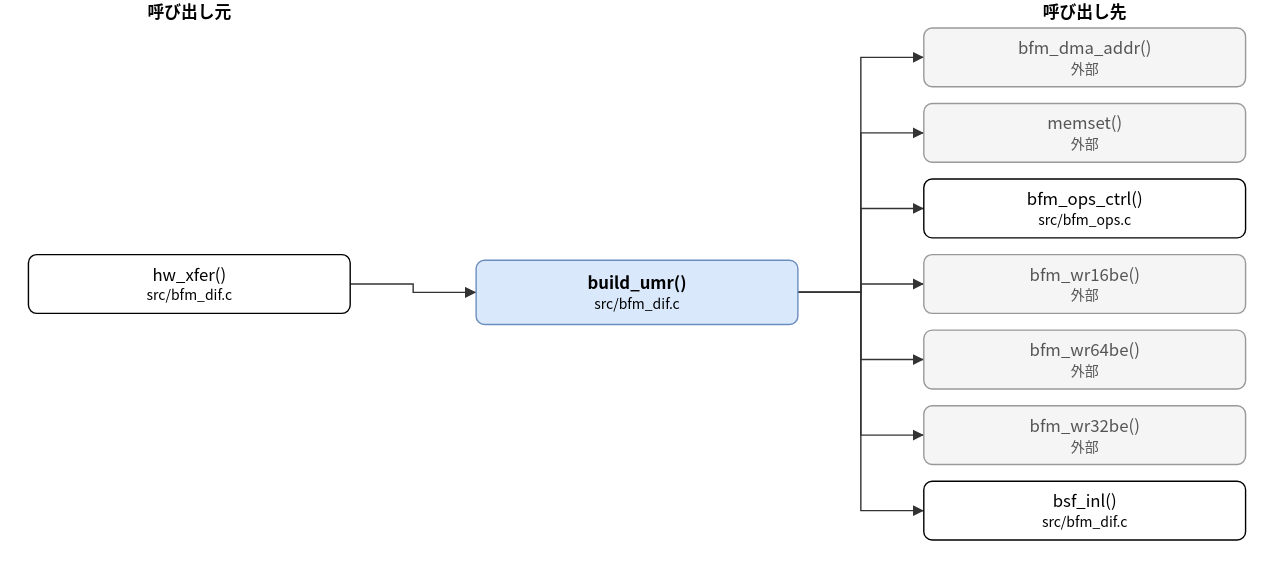
The draw.io diagram doc/spec/images/call_src_bfm_dif-build_umr.drawio.svg in hf355051012-ai/bfmem, before a commit. Source tidied: cells renumbered, new cells last; positions are measured from the earlier drawing's top-left corner, leaving out a move shared by most shapes.
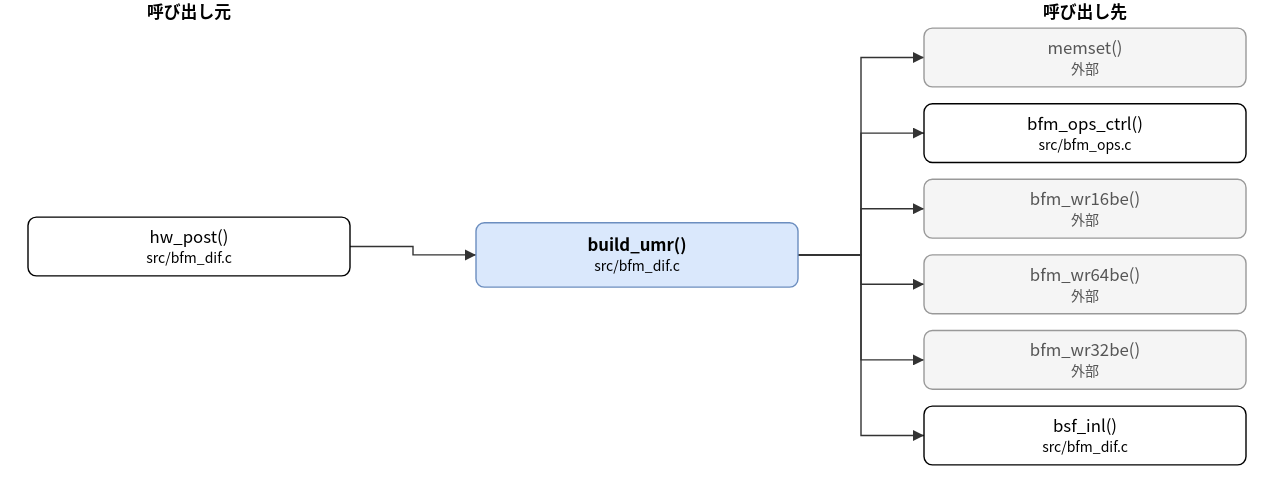
Above is the later version.

What changed in the source:
```diff
@@ -3,44 +3,41 @@
     <mxCell id="0" />
     <mxCell id="1" parent="0" />
     <mxCell id="2" value="build_umr()&lt;br&gt;&lt;font style=&quot;font-size:10px&quot;&gt;src/bfm_dif.c&lt;/font&gt;" style="rounded=1;whiteSpace=wrap;html=1;fillColor=#dae8fc;strokeColor=#6c8ebf;fontStyle=1;" parent="1" vertex="1">
-      <mxGeometry x="320" y="186" width="230" height="46" as="geometry" />
+      <mxGeometry x="320" y="159" width="230" height="46" as="geometry" />
     </mxCell>
-    <mxCell id="3" value="hw_xfer()&lt;br&gt;&lt;font style=&quot;font-size:10px&quot;&gt;src/bfm_dif.c&lt;/font&gt;" style="rounded=1;whiteSpace=wrap;html=1;" parent="1" vertex="1">
-      <mxGeometry y="182" width="230" height="42" as="geometry" />
+    <mxCell id="3" value="hw_post()&lt;br&gt;&lt;font style=&quot;font-size:10px&quot;&gt;src/bfm_dif.c&lt;/font&gt;" style="rounded=1;whiteSpace=wrap;html=1;" parent="1" vertex="1">
+      <mxGeometry y="155" width="230" height="42" as="geometry" />
     </mxCell>
-    <mxCell id="4" value="bfm_dma_addr()&lt;br&gt;&lt;font style=&quot;font-size:10px&quot;&gt;外部&lt;/font&gt;" style="rounded=1;whiteSpace=wrap;html=1;fillColor=#f5f5f5;strokeColor=#999999;fontColor=#555555;" parent="1" vertex="1">
+    <mxCell id="4" value="memset()&lt;br&gt;&lt;font style=&quot;font-size:10px&quot;&gt;外部&lt;/font&gt;" style="rounded=1;whiteSpace=wrap;html=1;fillColor=#f5f5f5;strokeColor=#999999;fontColor=#555555;" parent="1" vertex="1">
       <mxGeometry x="640" y="20" width="230" height="42" as="geometry" />
     </mxCell>
-    <mxCell id="5" value="memset()&lt;br&gt;&lt;font style=&quot;font-size:10px&quot;&gt;外部&lt;/font&gt;" style="rounded=1;whiteSpace=wrap;html=1;fillColor=#f5f5f5;strokeColor=#999999;fontColor=#555555;" parent="1" vertex="1">
+    <mxCell id="5" value="bfm_ops_ctrl()&lt;br&gt;&lt;font style=&quot;font-size:10px&quot;&gt;src/bfm_ops.c&lt;/font&gt;" style="rounded=1;whiteSpace=wrap;html=1;" parent="1" vertex="1">
       <mxGeometry x="640" y="74" width="230" height="42" as="geometry" />
     </mxCell>
-    <mxCell id="6" value="bfm_ops_ctrl()&lt;br&gt;&lt;font style=&quot;font-size:10px&quot;&gt;src/bfm_ops.c&lt;/font&gt;" style="rounded=1;whiteSpace=wrap;html=1;" parent="1" vertex="1">
+    <mxCell id="6" value="bfm_wr16be()&lt;br&gt;&lt;font style=&quot;font-size:10px&quot;&gt;外部&lt;/font&gt;" style="rounded=1;whiteSpace=wrap;html=1;fillColor=#f5f5f5;strokeColor=#999999;fontColor=#555555;" parent="1" vertex="1">
       <mxGeometry x="640" y="128" width="230" height="42" as="geometry" />
     </mxCell>
-    <mxCell id="7" value="bfm_wr16be()&lt;br&gt;&lt;font style=&quot;font-size:10px&quot;&gt;外部&lt;/font&gt;" style="rounded=1;whiteSpace=wrap;html=1;fillColor=#f5f5f5;strokeColor=#999999;fontColor=#555555;" parent="1" vertex="1">
+    <mxCell id="7" value="bfm_wr64be()&lt;br&gt;&lt;font style=&quot;font-size:10px&quot;&gt;外部&lt;/font&gt;" style="rounded=1;whiteSpace=wrap;html=1;fillColor=#f5f5f5;strokeColor=#999999;fontColor=#555555;" parent="1" vertex="1">
       <mxGeometry x="640" y="182" width="230" height="42" as="geometry" />
     </mxCell>
-    <mxCell id="8" value="bfm_wr64be()&lt;br&gt;&lt;font style=&quot;font-size:10px&quot;&gt;外部&lt;/font&gt;" style="rounded=1;whiteSpace=wrap;html=1;fillColor=#f5f5f5;strokeColor=#999999;fontColor=#555555;" parent="1" vertex="1">
+    <mxCell id="8" value="bfm_wr32be()&lt;br&gt;&lt;font style=&quot;font-size:10px&quot;&gt;外部&lt;/font&gt;" style="rounded=1;whiteSpace=wrap;html=1;fillColor=#f5f5f5;strokeColor=#999999;fontColor=#555555;" parent="1" vertex="1">
       <mxGeometry x="640" y="236" width="230" height="42" as="geometry" />
     </mxCell>
-    <mxCell id="9" value="bfm_wr32be()&lt;br&gt;&lt;font style=&quot;font-size:10px&quot;&gt;外部&lt;/font&gt;" style="rounded=1;whiteSpace=wrap;html=1;fillColor=#f5f5f5;strokeColor=#999999;fontColor=#555555;" parent="1" vertex="1">
+    <mxCell id="9" value="bsf_inl()&lt;br&gt;&lt;font style=&quot;font-size:10px&quot;&gt;src/bfm_dif.c&lt;/font&gt;" style="rounded=1;whiteSpace=wrap;html=1;" parent="1" vertex="1">
       <mxGeometry x="640" y="290" width="230" height="42" as="geometry" />
     </mxCell>
-    <mxCell id="10" value="bsf_inl()&lt;br&gt;&lt;font style=&quot;font-size:10px&quot;&gt;src/bfm_dif.c&lt;/font&gt;" style="rounded=1;whiteSpace=wrap;html=1;" parent="1" vertex="1">
-      <mxGeometry x="640" y="344" width="230" height="42" as="geometry" />
-    </mxCell>
     <mxCell id="11" style="edgeStyle=none;html=1;rounded=0;endArrow=block;endFill=1;exitX=1.0000;exitY=0.5000;exitDx=0;exitDy=0;exitPerimeter=0;entryX=0.0000;entryY=0.5000;entryDx=0;entryDy=0;entryPerimeter=0;" parent="1" edge="1" source="3" target="2">
       <mxGeometry relative="1" as="geometry">
         <Array as="points">
-          <mxPoint x="275" y="203" />
-          <mxPoint x="275" y="209" />
+          <mxPoint x="275" y="176" />
+          <mxPoint x="275" y="182" />
         </Array>
       </mxGeometry>
     </mxCell>
     <mxCell id="12" style="edgeStyle=none;html=1;rounded=0;endArrow=block;endFill=1;exitX=1.0000;exitY=0.5000;exitDx=0;exitDy=0;exitPerimeter=0;entryX=0.0000;entryY=0.5000;entryDx=0;entryDy=0;entryPerimeter=0;" parent="1" edge="1" source="2" target="4">
       <mxGeometry relative="1" as="geometry">
         <Array as="points">
-          <mxPoint x="595" y="209" />
+          <mxPoint x="595" y="182" />
           <mxPoint x="595" y="41" />
         </Array>
       </mxGeometry>
@@ -48,7 +45,7 @@
     <mxCell id="13" style="edgeStyle=none;html=1;rounded=0;endArrow=block;endFill=1;exitX=1.0000;exitY=0.5000;exitDx=0;exitDy=0;exitPerimeter=0;entryX=0.0000;entryY=0.5000;entryDx=0;entryDy=0;entryPerimeter=0;" parent="1" edge="1" source="2" target="5">
       <mxGeometry relative="1" as="geometry">
         <Array as="points">
-          <mxPoint x="595" y="209" />
+          <mxPoint x="595" y="182" />
           <mxPoint x="595" y="95" />
         </Array>
       </mxGeometry>
@@ -56,7 +53,7 @@
     <mxCell id="14" style="edgeStyle=none;html=1;rounded=0;endArrow=block;endFill=1;exitX=1.0000;exitY=0.5000;exitDx=0;exitDy=0;exitPerimeter=0;entryX=0.0000;entryY=0.5000;entryDx=0;entryDy=0;entryPerimeter=0;" parent="1" edge="1" source="2" target="6">
       <mxGeometry relative="1" as="geometry">
         <Array as="points">
-          <mxPoint x="595" y="209" />
+          <mxPoint x="595" y="182" />
           <mxPoint x="595" y="149" />
         </Array>
       </mxGeometry>
@@ -64,7 +61,7 @@
     <mxCell id="15" style="edgeStyle=none;html=1;rounded=0;endArrow=block;endFill=1;exitX=1.0000;exitY=0.5000;exitDx=0;exitDy=0;exitPerimeter=0;entryX=0.0000;entryY=0.5000;entryDx=0;entryDy=0;entryPerimeter=0;" parent="1" edge="1" source="2" target="7">
       <mxGeometry relative="1" as="geometry">
         <Array as="points">
-          <mxPoint x="595" y="209" />
+          <mxPoint x="595" y="182" />
           <mxPoint x="595" y="203" />
         </Array>
       </mxGeometry>
@@ -72,7 +69,7 @@
     <mxCell id="16" style="edgeStyle=none;html=1;rounded=0;endArrow=block;endFill=1;exitX=1.0000;exitY=0.5000;exitDx=0;exitDy=0;exitPerimeter=0;entryX=0.0000;entryY=0.5000;entryDx=0;entryDy=0;entryPerimeter=0;" parent="1" edge="1" source="2" target="8">
       <mxGeometry relative="1" as="geometry">
         <Array as="points">
-          <mxPoint x="595" y="209" />
+          <mxPoint x="595" y="182" />
           <mxPoint x="595" y="257" />
         </Array>
       </mxGeometry>
@@ -80,19 +77,11 @@
     <mxCell id="17" style="edgeStyle=none;html=1;rounded=0;endArrow=block;endFill=1;exitX=1.0000;exitY=0.5000;exitDx=0;exitDy=0;exitPerimeter=0;entryX=0.0000;entryY=0.5000;entryDx=0;entryDy=0;entryPerimeter=0;" parent="1" edge="1" source="2" target="9">
       <mxGeometry relative="1" as="geometry">
         <Array as="points">
-          <mxPoint x="595" y="209" />
+          <mxPoint x="595" y="182" />
           <mxPoint x="595" y="311" />
         </Array>
       </mxGeometry>
     </mxCell>
-    <mxCell id="18" style="edgeStyle=none;html=1;rounded=0;endArrow=block;endFill=1;exitX=1.0000;exitY=0.5000;exitDx=0;exitDy=0;exitPerimeter=0;entryX=0.0000;entryY=0.5000;entryDx=0;entryDy=0;entryPerimeter=0;" parent="1" edge="1" source="2" target="10">
-      <mxGeometry relative="1" as="geometry">
-        <Array as="points">
-          <mxPoint x="595" y="209" />
-          <mxPoint x="595" y="365" />
-        </Array>
-      </mxGeometry>
-    </mxCell>
     <mxCell id="19" value="呼び出し元" style="text;html=1;align=center;fontStyle=1;" parent="1" vertex="1">
       <mxGeometry x="35" width="160" height="18" as="geometry" />
     </mxCell>
```
